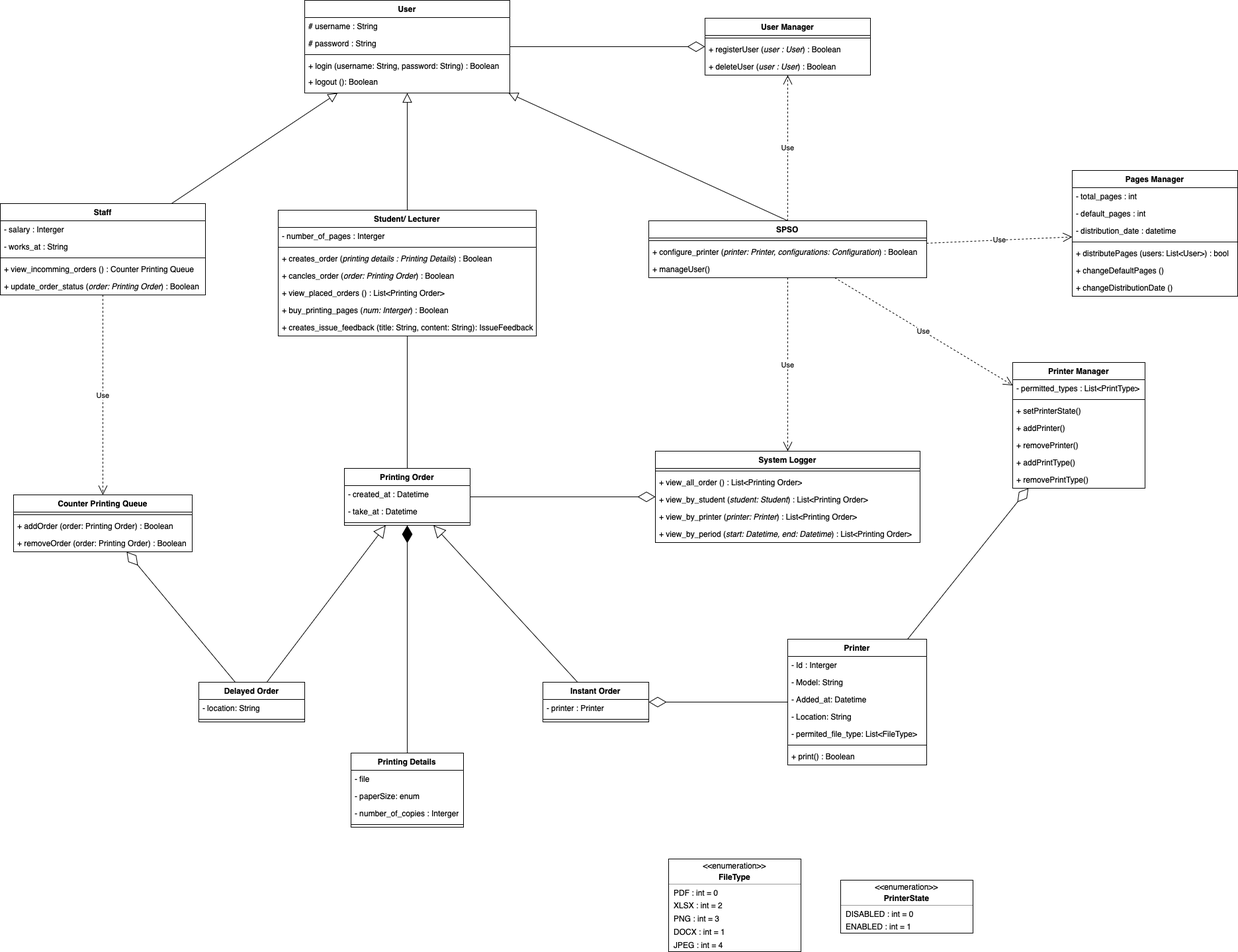
blueonline07/auth-demo keeps this draw.io diagram as spss-class-diagram.drawio.png. Above is the earlier version. Source tidied: cells renumbered, new cells last; positions are measured from the earlier drawing's top-left corner, leaving out a move shared by most shapes.
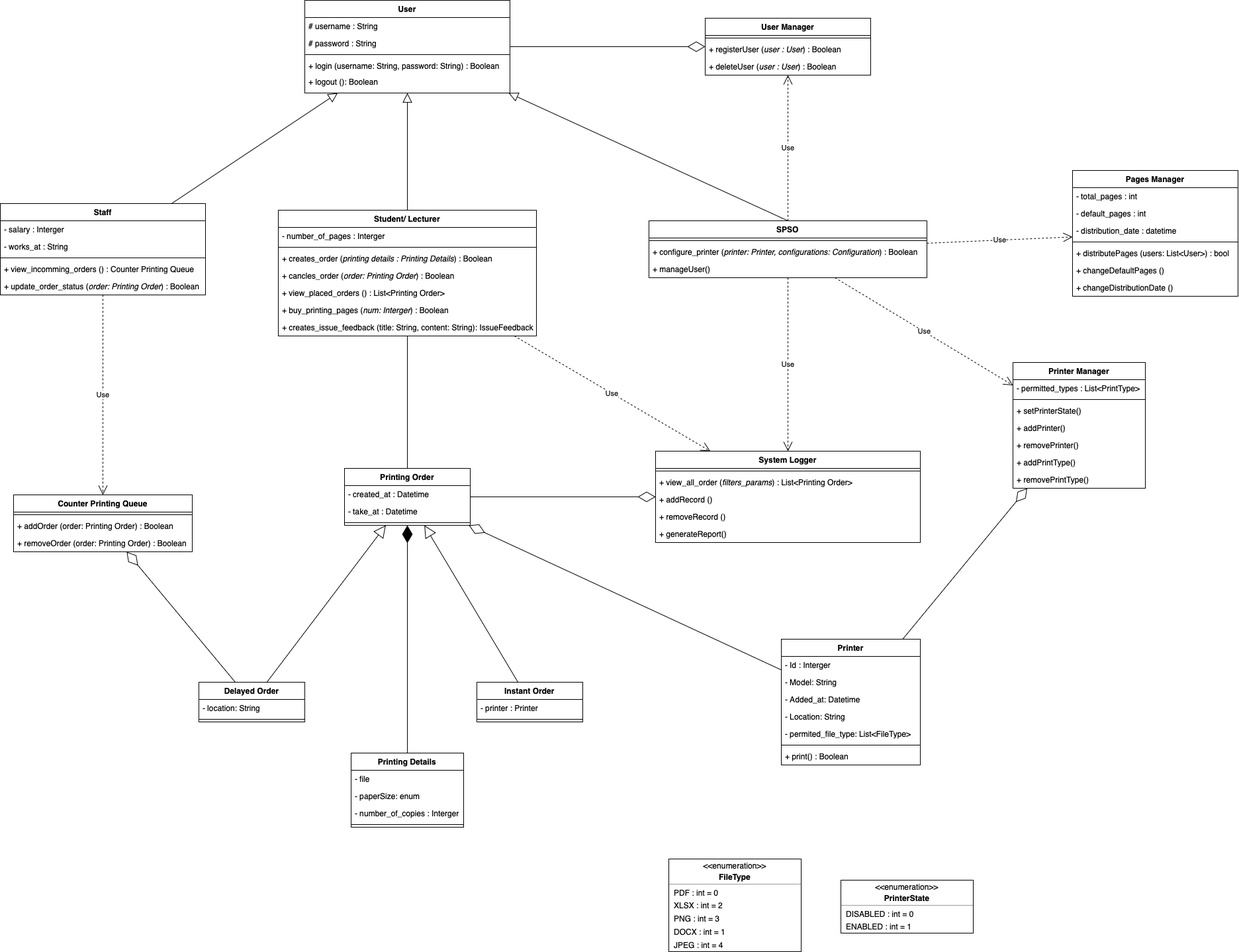
After the commit.

Diff of the diagram source:
```diff
@@ -75,7 +75,7 @@
       <mxGeometry y="60" width="420" height="26" as="geometry" />
     </mxCell>
     <mxCell id="26" value="Printer" style="swimlane;fontStyle=1;align=center;verticalAlign=top;horizontal=1;startSize=26;whiteSpace=wrap;html=1;" parent="1" vertex="1">
-      <mxGeometry x="1190" y="965" width="210" height="190" as="geometry" />
+      <mxGeometry x="1180" y="965" width="210" height="190" as="geometry" />
     </mxCell>
     <mxCell id="27" value="- Id : Interger" style="text;strokeColor=none;fillColor=none;align=left;verticalAlign=top;spacingLeft=4;spacingRight=4;overflow=hidden;whiteSpace=wrap;html=1;" parent="26" vertex="1">
       <mxGeometry y="26" width="210" height="26" as="geometry" />
@@ -140,18 +140,18 @@
     <mxCell id="47" style="line;strokeWidth=1;fillColor=none;align=left;verticalAlign=middle;spacingTop=-1;spacingLeft=3;spacingRight=3;labelPosition=right;strokeColor=inherit;" parent="46" vertex="1">
       <mxGeometry y="26" width="400" height="8" as="geometry" />
     </mxCell>
-    <mxCell id="48" value="+ view_all_order () : List&amp;lt;Printing Order&amp;gt;" style="text;strokeColor=none;fillColor=none;align=left;verticalAlign=top;spacingLeft=4;spacingRight=4;overflow=hidden;whiteSpace=wrap;html=1;" parent="46" vertex="1">
+    <mxCell id="48" value="+ view_all_order (&lt;i&gt;filters_params&lt;/i&gt;) : List&amp;lt;Printing Order&amp;gt;" style="text;strokeColor=none;fillColor=none;align=left;verticalAlign=top;spacingLeft=4;spacingRight=4;overflow=hidden;whiteSpace=wrap;html=1;" parent="46" vertex="1">
       <mxGeometry y="34" width="400" height="26" as="geometry" />
     </mxCell>
-    <mxCell id="49" value="+ view_by_student (&lt;i&gt;student: Student&lt;/i&gt;) : List&amp;lt;Printing Order&amp;gt;" style="text;strokeColor=none;fillColor=none;align=left;verticalAlign=top;spacingLeft=4;spacingRight=4;overflow=hidden;whiteSpace=wrap;html=1;" parent="46" vertex="1">
+    <mxCell id="49" value="+ addRecord ()" style="text;strokeColor=none;fillColor=none;align=left;verticalAlign=top;spacingLeft=4;spacingRight=4;overflow=hidden;whiteSpace=wrap;html=1;" parent="46" vertex="1">
       <mxGeometry y="60" width="400" height="26" as="geometry" />
     </mxCell>
-    <mxCell id="50" value="+ view_by_printer (&lt;i&gt;printer: Printer&lt;/i&gt;) : List&amp;lt;Printing Order&amp;gt;" style="text;strokeColor=none;fillColor=none;align=left;verticalAlign=top;spacingLeft=4;spacingRight=4;overflow=hidden;whiteSpace=wrap;html=1;" parent="46" vertex="1">
+    <mxCell id="50" value="+ removeRecord ()" style="text;strokeColor=none;fillColor=none;align=left;verticalAlign=top;spacingLeft=4;spacingRight=4;overflow=hidden;whiteSpace=wrap;html=1;" parent="46" vertex="1">
       <mxGeometry y="86" width="400" height="26" as="geometry" />
     </mxCell>
-    <mxCell id="51" value="+ view_by_period (&lt;i&gt;start: Datetime, end: Datetime&lt;/i&gt;) : List&amp;lt;Printing Order&amp;gt;" style="text;strokeColor=none;fillColor=none;align=left;verticalAlign=top;spacingLeft=4;spacingRight=4;overflow=hidden;whiteSpace=wrap;html=1;" parent="46" vertex="1">
-      <mxGeometry y="112" width="400" height="26" as="geometry" />
-    </mxCell>
+    <mxCell id="111" value="+ generateReport()" style="text;strokeColor=none;fillColor=none;align=left;verticalAlign=top;spacingLeft=4;spacingRight=4;overflow=hidden;whiteSpace=wrap;html=1;" parent="46" vertex="1">
+      <mxGeometry y="112" width="400" height="26" as="geometry" />
+    </mxCell>
     <mxCell id="52" style="fontStyle=1;align=center;verticalAlign=middle;horizontal=1;" parent="1" vertex="1">
       <mxGeometry x="1010" y="1297" width="200" height="140" as="geometry" />
     </mxCell>
@@ -179,7 +179,7 @@
     <mxCell id="60" value="JPEG : int = 4" style="html=1;align=left;spacing=0;spacingLeft=8;verticalAlign=middle;strokeColor=none;fillColor=none;whiteSpace=wrap;" parent="52" vertex="1">
       <mxGeometry y="120" width="200" height="20" as="geometry" />
     </mxCell>
-    <mxCell id="61" style="endArrow=diamondThin;endFill=0;endSize=24;html=1;rounded=0;" parent="1" edge="1" source="26" target="97">
+    <mxCell id="61" style="endArrow=diamondThin;endFill=0;endSize=24;html=1;rounded=0;" parent="1" edge="1" source="26" target="34">
       <mxGeometry relative="1" as="geometry" />
     </mxCell>
     <mxCell id="62" value="Use" style="endArrow=open;endSize=12;dashed=1;html=1;rounded=0;" parent="1" edge="1" source="22" target="46">
@@ -288,7 +288,7 @@
       <mxGeometry y="52" width="160" height="8" as="geometry" />
     </mxCell>
     <mxCell id="97" value="Instant Order" style="swimlane;fontStyle=1;align=center;verticalAlign=top;horizontal=1;startSize=26;whiteSpace=wrap;html=1;" parent="1" vertex="1">
-      <mxGeometry x="820" y="1030" width="160" height="60" as="geometry" />
+      <mxGeometry x="720" y="1030" width="160" height="60" as="geometry" />
     </mxCell>
     <mxCell id="98" value="- printer : Printer" style="text;strokeColor=none;fillColor=none;align=left;verticalAlign=top;spacingLeft=4;spacingRight=4;overflow=hidden;whiteSpace=wrap;html=1;" parent="97" vertex="1">
       <mxGeometry y="26" width="160" height="26" as="geometry" />
@@ -329,5 +329,8 @@
     <mxCell id="110" style="endArrow=diamondThin;endFill=1;endSize=24;html=1;rounded=0;" parent="1" edge="1" source="105" target="34">
       <mxGeometry relative="1" as="geometry" />
     </mxCell>
+    <mxCell id="112" value="Use" style="endArrow=open;endSize=12;dashed=1;html=1;rounded=0;" parent="1" edge="1" source="8" target="46">
+      <mxGeometry relative="1" as="geometry" />
+    </mxCell>
   </root>
 </mxGraphModel>
```
